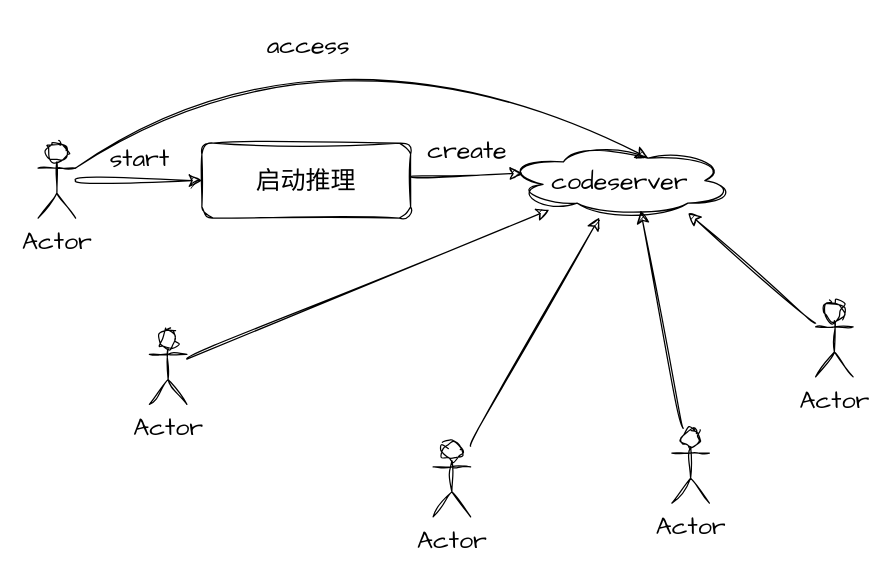
This is jupyter.drawio from pkking/mydrawio, a draw.io file, before an edit. Source tidied: cells renumbered, new cells numbered last; positions are measured from the earlier drawing's top-left corner, leaving out a move shared by most shapes. Both pictures are drawn from the tidied source at 125%, with x=0, y=0 at pixel (38, -5).
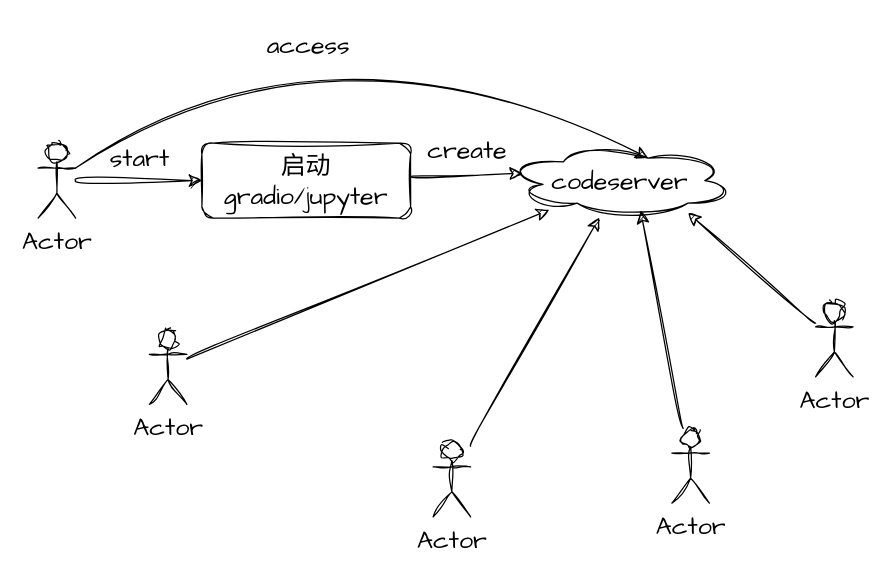
The same page after the edit.

Change to the diagram source:
```diff
@@
-    <mxCell id="4" value="启动推理" style="rounded=1;whiteSpace=wrap;html=1;sketch=1;hachureGap=4;jiggle=2;curveFitting=1;fontFamily=Architects Daughter;fontSize=20;" parent="1" vertex="1">
+    <mxCell id="4" value="启动gradio/jupyter" style="rounded=1;whiteSpace=wrap;html=1;sketch=1;hachureGap=4;jiggle=2;curveFitting=1;fontFamily=Architects Daughter;fontSize=20;" parent="1" vertex="1">
       <mxGeometry x="131" y="118" width="167" height="60" as="geometry" />
     </mxCell>
```
